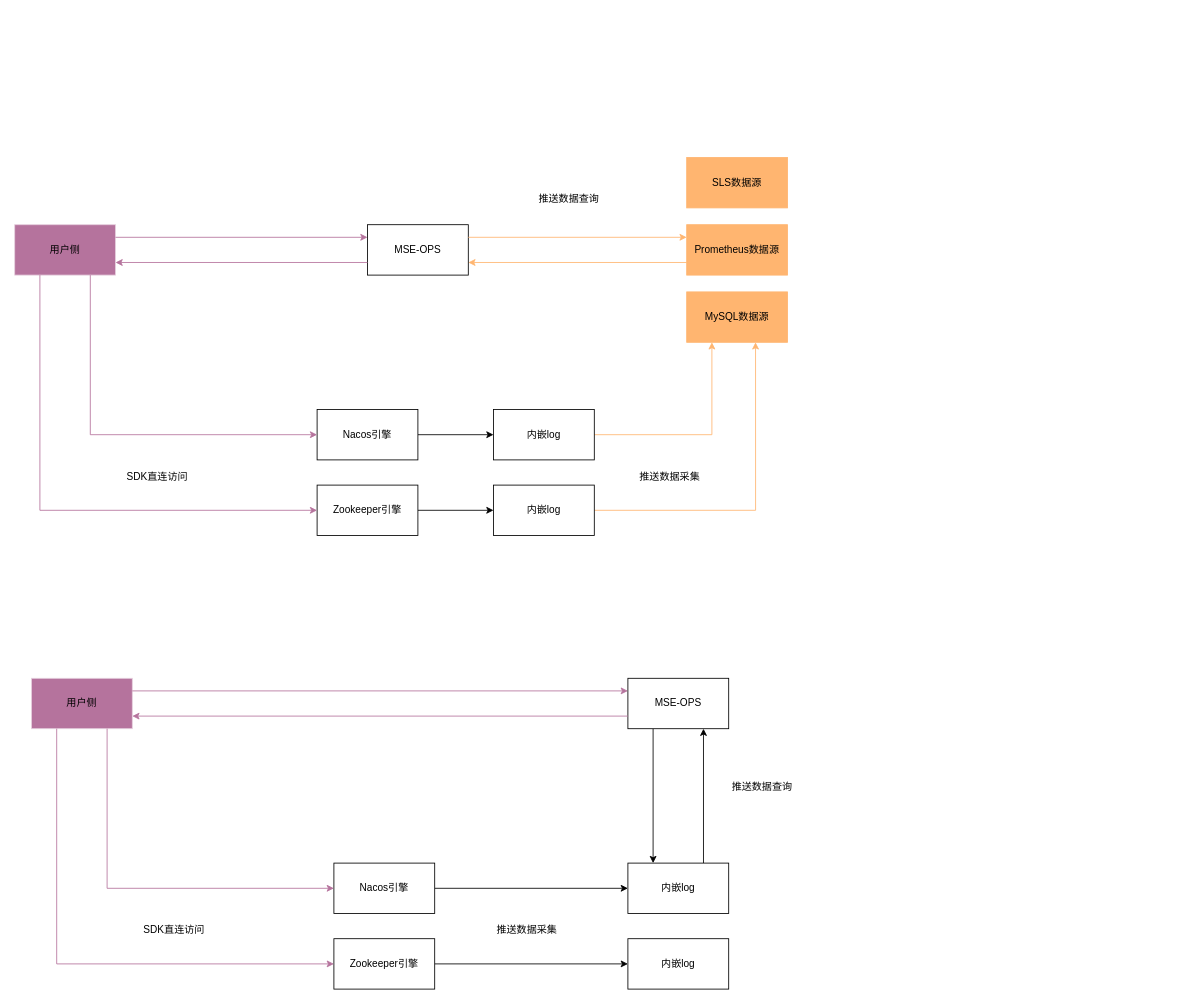
Earlier version of the draw.io diagram newToolTest/Untitled Diagram.drawio (realJackSun/OpenNAT). Source tidied: cells renumbered, new cells numbered last; positions are measured from the earlier drawing's top-left corner, leaving out a move shared by most shapes. Both pictures are drawn from the tidied source at 84%, with x=0, y=0 at pixel (14, 157).
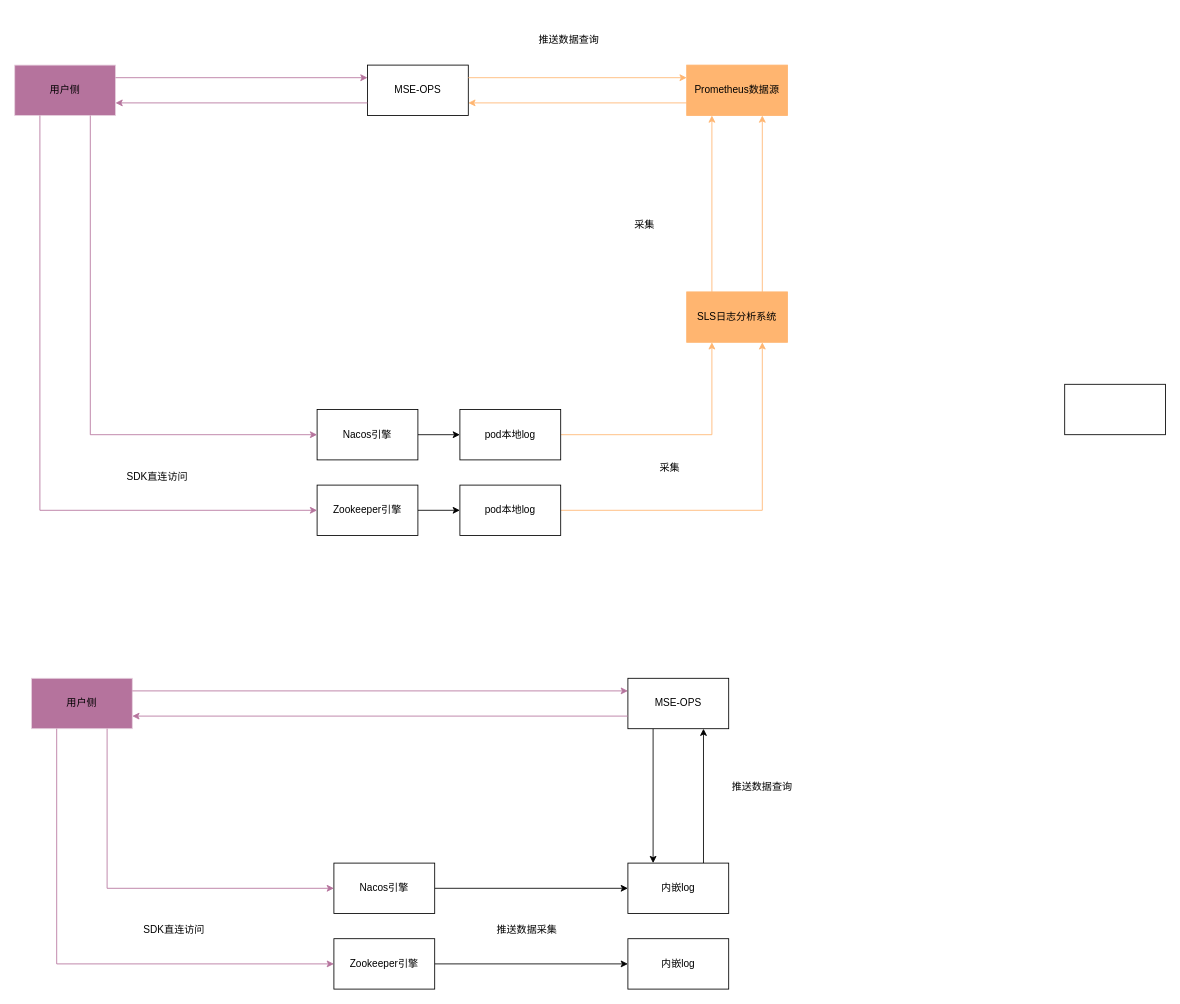
The same page after the edit.

What changed in the source:
```diff
@@
     <mxCell id="2" value="用户侧" style="rounded=0;whiteSpace=wrap;html=1;fillColor=#B5739D;strokeColor=#E6D0DE;" parent="1" vertex="1">
-      <mxGeometry y="80" width="120" height="60" as="geometry" />
+      <mxGeometry y="-110" width="120" height="60" as="geometry" />
     </mxCell>
     <mxCell id="3" value="MSE-OPS" style="rounded=0;whiteSpace=wrap;html=1;" parent="1" vertex="1">
-      <mxGeometry x="420" y="80" width="120" height="60" as="geometry" />
+      <mxGeometry x="420" y="-110" width="120" height="60" as="geometry" />
     </mxCell>
     <mxCell id="4" value="Prometheus数据源" style="rounded=0;whiteSpace=wrap;html=1;strokeColor=#FFB570;fillColor=#FFB570;" parent="1" vertex="1">
-      <mxGeometry x="800" y="80" width="120" height="60" as="geometry" />
+      <mxGeometry x="800" y="-110" width="120" height="60" as="geometry" />
     </mxCell>
@@
-    <mxCell id="12" value="SLS数据源" style="rounded=0;whiteSpace=wrap;html=1;strokeColor=#FFB570;fillColor=#FFB570;" parent="1" vertex="1">
-      <mxGeometry x="800" width="120" height="60" as="geometry" />
+    <mxCell id="12" value="SLS日志分析系统" style="rounded=0;whiteSpace=wrap;html=1;strokeColor=#FFB570;fillColor=#FFB570;" parent="1" vertex="1">
+      <mxGeometry x="800" y="160" width="120" height="60" as="geometry" />
     </mxCell>
-    <mxCell id="13" value="MySQL数据源" style="rounded=0;whiteSpace=wrap;html=1;strokeColor=#FFB570;fillColor=#FFB570;" parent="1" vertex="1">
-      <mxGeometry x="800" y="160" width="120" height="60" as="geometry" />
-    </mxCell>
@@
-    <mxCell id="17" style="endArrow=classic;html=1;rounded=0;fillColor=#FFB570;strokeColor=#FFB570;entryX=0.25;entryY=1;entryDx=0;entryDy=0;exitX=1;exitY=0.5;exitDx=0;exitDy=0;" parent="1" edge="1" source="20" target="13">
+    <mxCell id="17" style="endArrow=classic;html=1;rounded=0;fillColor=#FFB570;strokeColor=#FFB570;exitX=1;exitY=0.5;exitDx=0;exitDy=0;entryX=0.25;entryY=1;entryDx=0;entryDy=0;" parent="1" edge="1" source="20" target="12">
       <mxGeometry relative="1" as="geometry">
         <Array as="points">
           <mxPoint x="830" y="330" />
         </Array>
       </mxGeometry>
     </mxCell>
-    <mxCell id="18" style="endArrow=classic;html=1;rounded=0;fillColor=#FFB570;strokeColor=#FFB570;entryX=0.683;entryY=1;entryDx=0;entryDy=0;entryPerimeter=0;exitX=1;exitY=0.5;exitDx=0;exitDy=0;" parent="1" edge="1" source="21" target="13">
+    <mxCell id="18" style="endArrow=classic;html=1;rounded=0;fillColor=#FFB570;strokeColor=#FFB570;exitX=1;exitY=0.5;exitDx=0;exitDy=0;entryX=0.75;entryY=1;entryDx=0;entryDy=0;" parent="1" edge="1" source="21" target="12">
       <mxGeometry relative="1" as="geometry">
         <Array as="points">
-          <mxPoint x="882" y="420" />
+          <mxPoint x="890" y="420" />
         </Array>
       </mxGeometry>
     </mxCell>
@@
-    <mxCell id="20" value="内嵌log" style="rounded=0;whiteSpace=wrap;html=1;" parent="1" vertex="1">
-      <mxGeometry x="570" y="300" width="120" height="60" as="geometry" />
+    <mxCell id="20" value="pod本地log" style="rounded=0;whiteSpace=wrap;html=1;" parent="1" vertex="1">
+      <mxGeometry x="530" y="300" width="120" height="60" as="geometry" />
     </mxCell>
-    <mxCell id="21" value="内嵌log" style="rounded=0;whiteSpace=wrap;html=1;" parent="1" vertex="1">
-      <mxGeometry x="570" y="390" width="120" height="60" as="geometry" />
+    <mxCell id="21" value="pod本地log" style="rounded=0;whiteSpace=wrap;html=1;" parent="1" vertex="1">
+      <mxGeometry x="530" y="390" width="120" height="60" as="geometry" />
     </mxCell>
-    <mxCell id="22" value="推送数据采集" style="rounded=0;whiteSpace=wrap;html=1;strokeColor=none;" parent="1" vertex="1">
-      <mxGeometry x="720" y="350" width="120" height="60" as="geometry" />
+    <mxCell id="22" value="采集" style="rounded=0;whiteSpace=wrap;html=1;strokeColor=none;" parent="1" vertex="1">
+      <mxGeometry x="720" y="340" width="120" height="60" as="geometry" />
     </mxCell>
     <mxCell id="23" value="推送数据查询" style="rounded=0;whiteSpace=wrap;html=1;strokeColor=none;" parent="1" vertex="1">
-      <mxGeometry x="600" y="20" width="120" height="60" as="geometry" />
+      <mxGeometry x="600" y="-170" width="120" height="60" as="geometry" />
     </mxCell>
@@
+    <mxCell id="41" style="rounded=0;whiteSpace=wrap;html=1;" parent="1" vertex="1">
+      <mxGeometry x="1250" y="270" width="120" height="60" as="geometry" />
+    </mxCell>
+    <mxCell id="42" style="endArrow=classic;html=1;rounded=0;fillColor=#FFB570;strokeColor=#FFB570;exitX=0.25;exitY=0;exitDx=0;exitDy=0;entryX=0.25;entryY=1;entryDx=0;entryDy=0;" parent="1" edge="1" source="12" target="4">
+      <mxGeometry relative="1" as="geometry">
+        <Array as="points">
+          <mxPoint x="830" y="90" />
+        </Array>
+      </mxGeometry>
+    </mxCell>
+    <mxCell id="43" style="endArrow=classic;html=1;rounded=0;fillColor=#FFB570;strokeColor=#FFB570;exitX=0.75;exitY=0;exitDx=0;exitDy=0;entryX=0.75;entryY=1;entryDx=0;entryDy=0;" parent="1" edge="1" source="12" target="4">
+      <mxGeometry relative="1" as="geometry" />
+    </mxCell>
+    <mxCell id="44" value="采集" style="rounded=0;whiteSpace=wrap;html=1;strokeColor=none;" parent="1" vertex="1">
+      <mxGeometry x="690" y="50" width="120" height="60" as="geometry" />
+    </mxCell>
```
